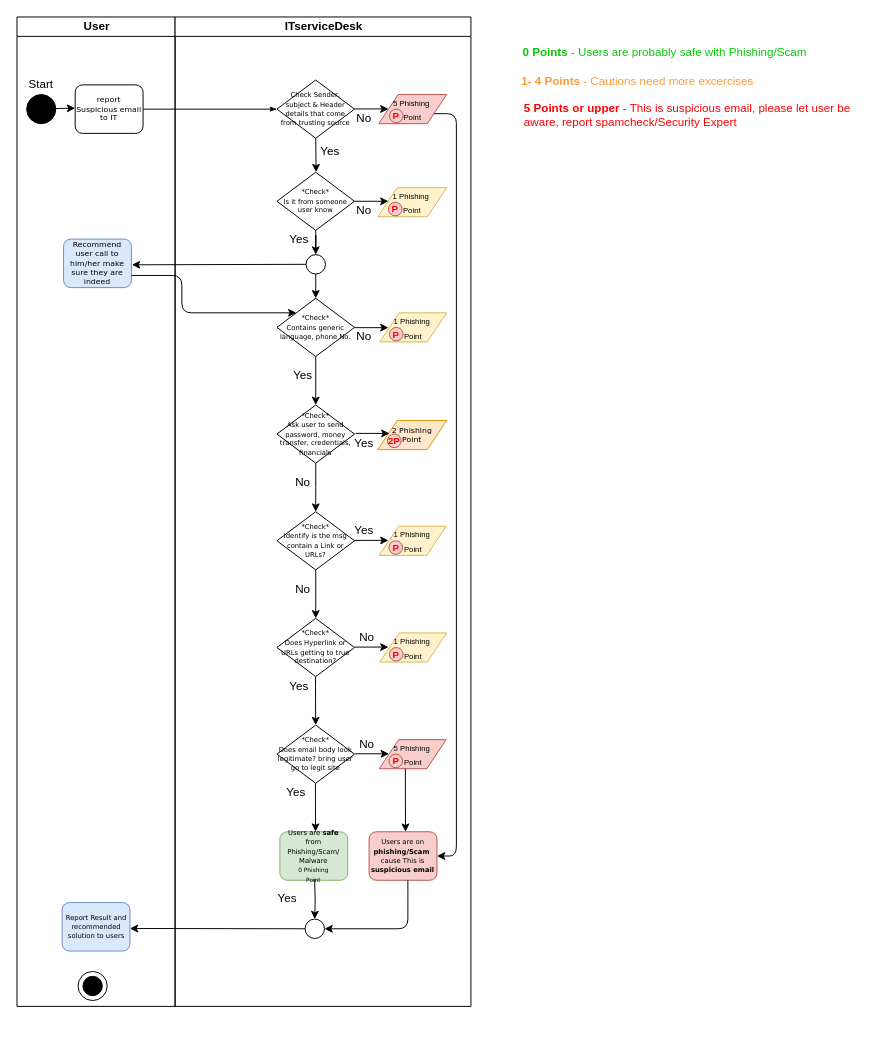
psukasame/sukasamecloud keeps this draw.io diagram as Sec-L1-ITSD.drawio. Above is the earlier version. Source tidied: cells renumbered, new cells numbered last; positions are measured from the earlier drawing's top-left corner, leaving out a move shared by most shapes. Both pictures are drawn from the tidied source at 97%, with x=0, y=0 at pixel (16, 16).
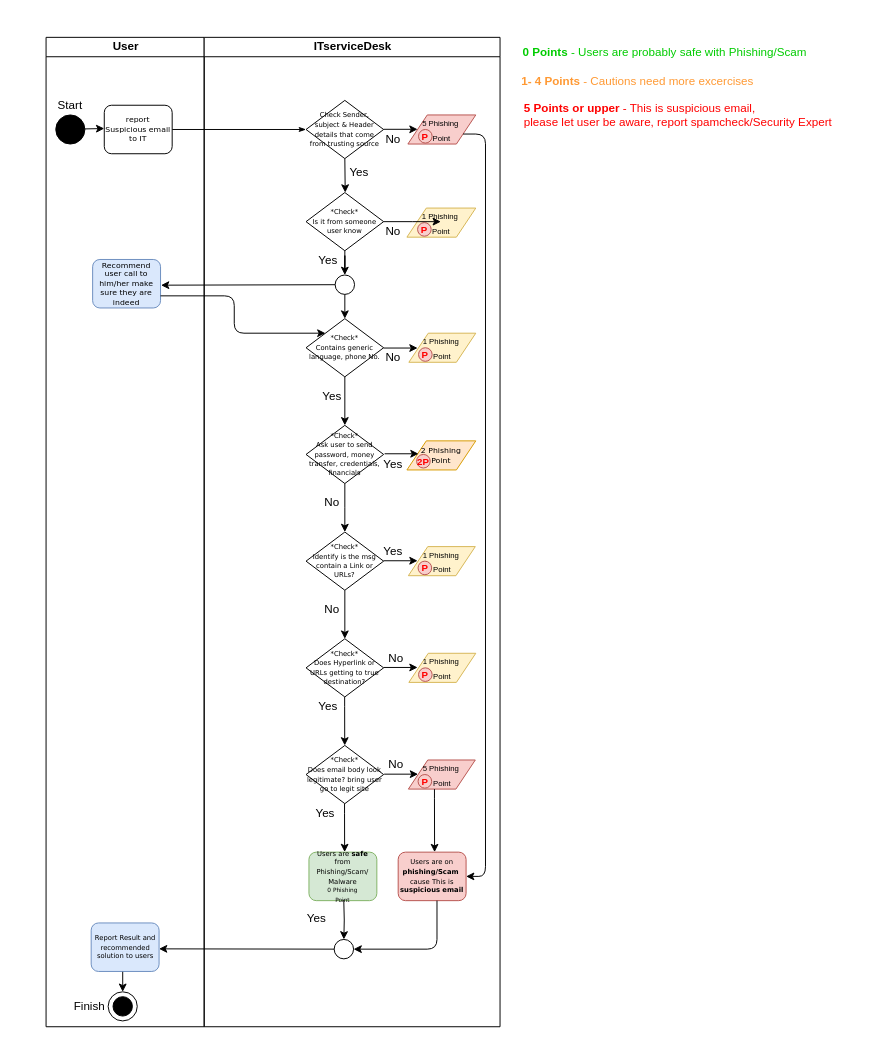
After the change.

Unchanged cells that the change refers to:
```xml
<mxCell id="8" value="Recommend user call to him/her make sure they are indeed" style="rounded=1;whiteSpace=wrap;html=1;shadow=0;labelBackgroundColor=none;strokeWidth=1;fontFamily=Verdana;fontSize=8;align=center;fillColor=#dae8fc;strokeColor=#6c8ebf;" parent="3" vertex="1">
  <mxGeometry x="48" y="229" width="70" height="50" as="geometry" />
</mxCell>
<mxCell id="13" value="&lt;font style=&quot;font-size: 7px&quot;&gt;*Check*&lt;br&gt;Is it from someone user know&lt;/font&gt;" style="rhombus;whiteSpace=wrap;html=1;rounded=0;shadow=0;labelBackgroundColor=none;strokeWidth=1;fontFamily=Verdana;fontSize=8;align=center;" parent="12" vertex="1">
  <mxGeometry x="105" y="160" width="80" height="60" as="geometry" />
</mxCell>
<mxCell id="17" value="&lt;span style=&quot;font-size: 7px&quot;&gt;*Check*&lt;br&gt;Contains generic language, phone No.&lt;br&gt;&lt;/span&gt;" style="rhombus;whiteSpace=wrap;html=1;rounded=0;shadow=0;labelBackgroundColor=none;strokeWidth=1;fontFamily=Verdana;fontSize=8;align=center;" parent="12" vertex="1">
  <mxGeometry x="105" y="290" width="80" height="60" as="geometry" />
</mxCell>
```

The edit, as a diff of the source:
```diff
@@
     <mxCell id="3" value="User" style="swimlane;html=1;startSize=20;" parent="1" vertex="1">
-      <mxGeometry width="163" height="1020" as="geometry" />
+      <mxGeometry x="30" y="21" width="163" height="1020" as="geometry" />
     </mxCell>
@@
     <mxCell id="10" style="ellipse;whiteSpace=wrap;html=1;fillColor=#FFFFFF;" parent="3" vertex="1">
-      <mxGeometry x="63" y="984" width="30" height="30" as="geometry" />
+      <mxGeometry x="64" y="984" width="30" height="30" as="geometry" />
     </mxCell>
     <mxCell id="11" style="ellipse;whiteSpace=wrap;html=1;fillColor=#000000;" parent="3" vertex="1">
-      <mxGeometry x="68" y="989" width="20" height="20" as="geometry" />
+      <mxGeometry x="69" y="989" width="20" height="20" as="geometry" />
     </mxCell>
+    <mxCell id="78" style="endArrow=classic;html=1;entryX=0.5;entryY=0;entryDx=0;entryDy=0;" parent="3" edge="1" target="10">
+      <mxGeometry relative="1" as="geometry">
+        <mxPoint x="79" y="963.4" as="sourcePoint" />
+      </mxGeometry>
+    </mxCell>
+    <mxCell id="79" value="Finish" style="text;html=1;strokeColor=none;fillColor=none;align=center;verticalAlign=middle;whiteSpace=wrap;rounded=0;" parent="3" vertex="1">
+      <mxGeometry x="25" y="989" width="40" height="20" as="geometry" />
+    </mxCell>
     <mxCell id="12" value="ITserviceDesk" style="swimlane;html=1;startSize=20;" parent="1" vertex="1">
-      <mxGeometry x="163" width="305" height="1020" as="geometry" />
+      <mxGeometry x="193" y="21" width="305" height="1020" as="geometry" />
     </mxCell>
@@
     <mxCell id="71" style="edgeStyle=elbowEdgeStyle;elbow=horizontal;endArrow=classic;html=1;exitX=1;exitY=0.75;exitDx=0;exitDy=0;entryX=0;entryY=0;entryDx=0;entryDy=0;" parent="1" edge="1" source="8" target="17">
       <mxGeometry relative="1" as="geometry">
         <Array as="points">
-          <mxPoint x="170" y="290" />
+          <mxPoint x="224" y="311" />
         </Array>
       </mxGeometry>
     </mxCell>
@@
     <mxCell id="74" style="edgeStyle=orthogonalEdgeStyle;rounded=0;jettySize=auto;html=1;" parent="1" edge="1" source="13">
       <mxGeometry relative="1" as="geometry">
-        <mxPoint x="383" y="190" as="targetPoint" />
+        <mxPoint x="437" y="211" as="targetPoint" />
       </mxGeometry>
     </mxCell>
@@
-    <mxCell id="77" value="&lt;b&gt;5 Points or upper&lt;/b&gt; - This is suspicious email, please let user be aware, report spamcheck/Security Expert" style="text;html=1;strokeColor=none;align=left;verticalAlign=middle;whiteSpace=wrap;rounded=0;fontColor=#FF0000;" parent="1" vertex="1">
+    <mxCell id="77" value="&lt;b&gt;5 Points or upper&lt;/b&gt; - This is suspicious email, &lt;br&gt;please let user be aware, report spamcheck/Security Expert" style="text;html=1;strokeColor=none;align=left;verticalAlign=middle;whiteSpace=wrap;rounded=0;fontColor=#FF0000;" parent="1" vertex="1">
       <mxGeometry x="521" y="91" width="360" height="20" as="geometry" />
     </mxCell>
```
